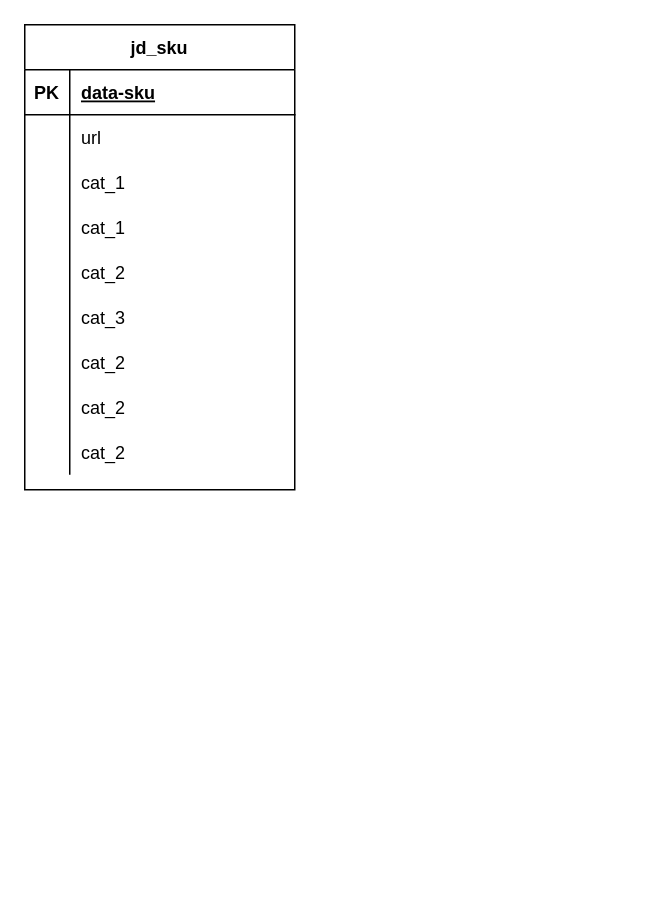
The draw.io diagram Untitled Diagram.drawio in honglvlan/EAD, before the edit. Source tidied: cells renumbered, new cells numbered last; positions are measured from the earlier drawing's top-left corner, leaving out a move shared by most shapes. Both pictures are drawn from the tidied source at 150%, with x=0, y=0 at pixel (24, 24).
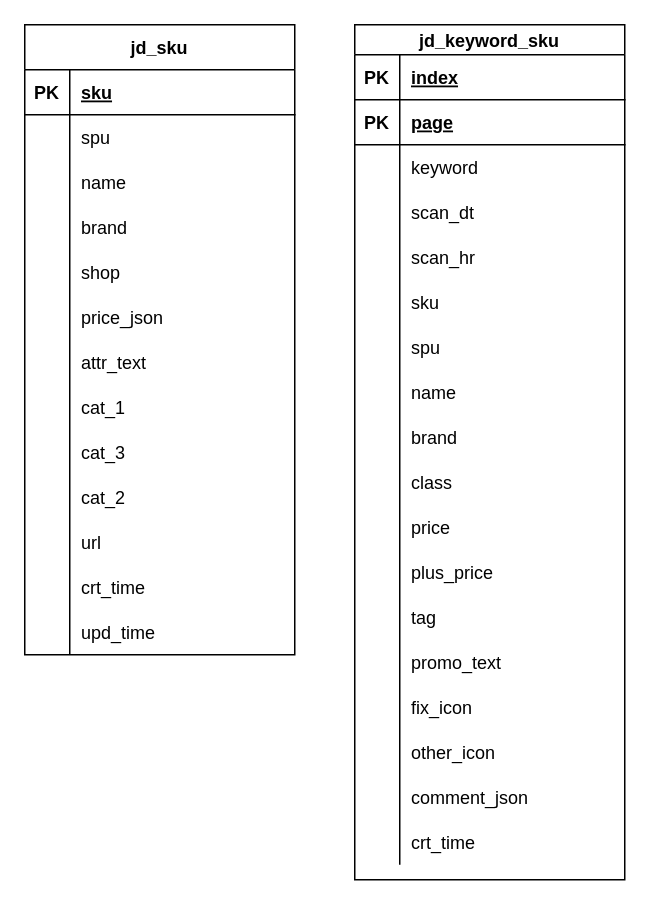
Above is the later version.

Unchanged cells that the change refers to:
```xml
<mxCell id="3" style="shape=partialRectangle;fillColor=none;top=0;left=0;bottom=1;right=0;" parent="2" vertex="1">
  <mxGeometry y="30" width="180" height="30" as="geometry" />
</mxCell>
```

Change to the diagram source:
```diff
@@
     <mxCell id="2" value="jd_sku" style="shape=table;startSize=30;childLayout=tableLayout;rowLines=0;fontStyle=1;align=center;" parent="1" vertex="1">
-      <mxGeometry width="180" height="310" as="geometry" />
+      <mxGeometry width="180" height="420" as="geometry" />
     </mxCell>
@@
-    <mxCell id="5" value="data-sku" style="shape=partialRectangle;fillColor=none;top=0;left=0;bottom=0;right=0;align=left;spacingLeft=6;fontStyle=5;overflow=hidden;" parent="3" vertex="1">
+    <mxCell id="5" value="sku" style="shape=partialRectangle;fillColor=none;top=0;left=0;bottom=0;right=0;align=left;spacingLeft=6;fontStyle=5;overflow=hidden;" parent="3" vertex="1">
       <mxGeometry x="30" width="150" height="30" as="geometry" />
     </mxCell>
-    <mxCell id="6" style="shape=partialRectangle;fillColor=none;top=0;left=0;bottom=0;right=0;" parent="2" vertex="1">
-      <mxGeometry y="60" width="180" height="30" as="geometry" />
-    </mxCell>
-    <mxCell id="7" style="shape=partialRectangle;fillColor=none;top=0;left=0;bottom=0;right=0;overflow=hidden;" parent="6" vertex="1">
-      <mxGeometry width="30" height="30" as="geometry" />
-    </mxCell>
-    <mxCell id="8" value="url" style="shape=partialRectangle;fillColor=none;top=0;left=0;bottom=0;right=0;align=left;spacingLeft=6;overflow=hidden;" parent="6" vertex="1">
-      <mxGeometry x="30" width="150" height="30" as="geometry" />
-    </mxCell>
     <mxCell id="9" style="shape=partialRectangle;fillColor=none;top=0;left=0;bottom=0;right=0;" parent="2" vertex="1">
-      <mxGeometry y="90" width="180" height="30" as="geometry" />
+      <mxGeometry y="60" width="180" height="30" as="geometry" />
     </mxCell>
@@
-    <mxCell id="11" value="cat_1" style="shape=partialRectangle;fillColor=none;top=0;left=0;bottom=0;right=0;align=left;spacingLeft=6;overflow=hidden;" parent="9" vertex="1">
+    <mxCell id="11" value="spu" style="shape=partialRectangle;fillColor=none;top=0;left=0;bottom=0;right=0;align=left;spacingLeft=6;overflow=hidden;" parent="9" vertex="1">
       <mxGeometry x="30" width="150" height="30" as="geometry" />
     </mxCell>
+    <mxCell id="24" style="shape=partialRectangle;fillColor=none;top=0;left=0;bottom=0;right=0;" parent="2" vertex="1">
+      <mxGeometry y="90" width="180" height="30" as="geometry" />
+    </mxCell>
+    <mxCell id="25" style="shape=partialRectangle;fillColor=none;top=0;left=0;bottom=0;right=0;overflow=hidden;" parent="24" vertex="1">
+      <mxGeometry width="30" height="30" as="geometry" />
+    </mxCell>
+    <mxCell id="26" value="name" style="shape=partialRectangle;fillColor=none;top=0;left=0;bottom=0;right=0;align=left;spacingLeft=6;overflow=hidden;" parent="24" vertex="1">
+      <mxGeometry x="30" width="150" height="30" as="geometry" />
+    </mxCell>
+    <mxCell id="21" style="shape=partialRectangle;fillColor=none;top=0;left=0;bottom=0;right=0;" parent="2" vertex="1">
+      <mxGeometry y="120" width="180" height="30" as="geometry" />
+    </mxCell>
+    <mxCell id="22" style="shape=partialRectangle;fillColor=none;top=0;left=0;bottom=0;right=0;overflow=hidden;" parent="21" vertex="1">
+      <mxGeometry width="30" height="30" as="geometry" />
+    </mxCell>
+    <mxCell id="23" value="brand" style="shape=partialRectangle;fillColor=none;top=0;left=0;bottom=0;right=0;align=left;spacingLeft=6;overflow=hidden;" parent="21" vertex="1">
+      <mxGeometry x="30" width="150" height="30" as="geometry" />
+    </mxCell>
+    <mxCell id="30" style="shape=partialRectangle;fillColor=none;top=0;left=0;bottom=0;right=0;" parent="2" vertex="1">
+      <mxGeometry y="150" width="180" height="30" as="geometry" />
+    </mxCell>
+    <mxCell id="31" style="shape=partialRectangle;fillColor=none;top=0;left=0;bottom=0;right=0;overflow=hidden;" parent="30" vertex="1">
+      <mxGeometry width="30" height="30" as="geometry" />
+    </mxCell>
+    <mxCell id="32" value="shop" style="shape=partialRectangle;fillColor=none;top=0;left=0;bottom=0;right=0;align=left;spacingLeft=6;overflow=hidden;" parent="30" vertex="1">
+      <mxGeometry x="30" width="150" height="30" as="geometry" />
+    </mxCell>
     <mxCell id="12" style="shape=partialRectangle;fillColor=none;top=0;left=0;bottom=0;right=0;" parent="2" vertex="1">
-      <mxGeometry y="120" width="180" height="30" as="geometry" />
+      <mxGeometry y="180" width="180" height="30" as="geometry" />
     </mxCell>
@@
-    <mxCell id="14" value="cat_1" style="shape=partialRectangle;fillColor=none;top=0;left=0;bottom=0;right=0;align=left;spacingLeft=6;overflow=hidden;" parent="12" vertex="1">
+    <mxCell id="14" value="price_json" style="shape=partialRectangle;fillColor=none;top=0;left=0;bottom=0;right=0;align=left;spacingLeft=6;overflow=hidden;" parent="12" vertex="1">
       <mxGeometry x="30" width="150" height="30" as="geometry" />
     </mxCell>
+    <mxCell id="33" style="shape=partialRectangle;fillColor=none;top=0;left=0;bottom=0;right=0;" parent="2" vertex="1">
+      <mxGeometry y="210" width="180" height="30" as="geometry" />
+    </mxCell>
+    <mxCell id="34" style="shape=partialRectangle;fillColor=none;top=0;left=0;bottom=0;right=0;overflow=hidden;" parent="33" vertex="1">
+      <mxGeometry width="30" height="30" as="geometry" />
+    </mxCell>
+    <mxCell id="35" value="attr_text" style="shape=partialRectangle;fillColor=none;top=0;left=0;bottom=0;right=0;align=left;spacingLeft=6;overflow=hidden;" parent="33" vertex="1">
+      <mxGeometry x="30" width="150" height="30" as="geometry" />
+    </mxCell>
     <mxCell id="15" style="shape=partialRectangle;fillColor=none;top=0;left=0;bottom=0;right=0;" parent="2" vertex="1">
-      <mxGeometry y="150" width="180" height="30" as="geometry" />
+      <mxGeometry y="240" width="180" height="30" as="geometry" />
     </mxCell>
@@
-    <mxCell id="17" value="cat_2" style="shape=partialRectangle;fillColor=none;top=0;left=0;bottom=0;right=0;align=left;spacingLeft=6;overflow=hidden;" parent="15" vertex="1">
+    <mxCell id="17" value="cat_1" style="shape=partialRectangle;fillColor=none;top=0;left=0;bottom=0;right=0;align=left;spacingLeft=6;overflow=hidden;" parent="15" vertex="1">
       <mxGeometry x="30" width="150" height="30" as="geometry" />
     </mxCell>
     <mxCell id="18" style="shape=partialRectangle;fillColor=none;top=0;left=0;bottom=0;right=0;" parent="2" vertex="1">
-      <mxGeometry y="180" width="180" height="30" as="geometry" />
+      <mxGeometry y="270" width="180" height="30" as="geometry" />
     </mxCell>
@@
-    <mxCell id="21" style="shape=partialRectangle;fillColor=none;top=0;left=0;bottom=0;right=0;" parent="2" vertex="1">
-      <mxGeometry y="210" width="180" height="30" as="geometry" />
-    </mxCell>
-    <mxCell id="22" style="shape=partialRectangle;fillColor=none;top=0;left=0;bottom=0;right=0;overflow=hidden;" parent="21" vertex="1">
-      <mxGeometry width="30" height="30" as="geometry" />
-    </mxCell>
-    <mxCell id="23" value="cat_2" style="shape=partialRectangle;fillColor=none;top=0;left=0;bottom=0;right=0;align=left;spacingLeft=6;overflow=hidden;" parent="21" vertex="1">
-      <mxGeometry x="30" width="150" height="30" as="geometry" />
-    </mxCell>
-    <mxCell id="24" style="shape=partialRectangle;fillColor=none;top=0;left=0;bottom=0;right=0;" parent="2" vertex="1">
-      <mxGeometry y="240" width="180" height="30" as="geometry" />
-    </mxCell>
-    <mxCell id="25" style="shape=partialRectangle;fillColor=none;top=0;left=0;bottom=0;right=0;overflow=hidden;" parent="24" vertex="1">
-      <mxGeometry width="30" height="30" as="geometry" />
-    </mxCell>
-    <mxCell id="26" value="cat_2" style="shape=partialRectangle;fillColor=none;top=0;left=0;bottom=0;right=0;align=left;spacingLeft=6;overflow=hidden;" parent="24" vertex="1">
-      <mxGeometry x="30" width="150" height="30" as="geometry" />
-    </mxCell>
     <mxCell id="27" style="shape=partialRectangle;fillColor=none;top=0;left=0;bottom=0;right=0;" parent="2" vertex="1">
-      <mxGeometry y="270" width="180" height="30" as="geometry" />
+      <mxGeometry y="300" width="180" height="30" as="geometry" />
     </mxCell>
@@
+    <mxCell id="6" style="shape=partialRectangle;fillColor=none;top=0;left=0;bottom=0;right=0;" parent="2" vertex="1">
+      <mxGeometry y="330" width="180" height="30" as="geometry" />
+    </mxCell>
+    <mxCell id="7" style="shape=partialRectangle;fillColor=none;top=0;left=0;bottom=0;right=0;overflow=hidden;" parent="6" vertex="1">
+      <mxGeometry width="30" height="30" as="geometry" />
+    </mxCell>
+    <mxCell id="8" value="url" style="shape=partialRectangle;fillColor=none;top=0;left=0;bottom=0;right=0;align=left;spacingLeft=6;overflow=hidden;" parent="6" vertex="1">
+      <mxGeometry x="30" width="150" height="30" as="geometry" />
+    </mxCell>
+    <mxCell id="36" style="shape=partialRectangle;fillColor=none;top=0;left=0;bottom=0;right=0;" parent="2" vertex="1">
+      <mxGeometry y="360" width="180" height="30" as="geometry" />
+    </mxCell>
+    <mxCell id="37" style="shape=partialRectangle;fillColor=none;top=0;left=0;bottom=0;right=0;overflow=hidden;" parent="36" vertex="1">
+      <mxGeometry width="30" height="30" as="geometry" />
+    </mxCell>
+    <mxCell id="38" value="crt_time" style="shape=partialRectangle;fillColor=none;top=0;left=0;bottom=0;right=0;align=left;spacingLeft=6;overflow=hidden;" parent="36" vertex="1">
+      <mxGeometry x="30" width="150" height="30" as="geometry" />
+    </mxCell>
+    <mxCell id="39" style="shape=partialRectangle;fillColor=none;top=0;left=0;bottom=0;right=0;" parent="2" vertex="1">
+      <mxGeometry y="390" width="180" height="30" as="geometry" />
+    </mxCell>
+    <mxCell id="40" style="shape=partialRectangle;fillColor=none;top=0;left=0;bottom=0;right=0;overflow=hidden;" parent="39" vertex="1">
+      <mxGeometry width="30" height="30" as="geometry" />
+    </mxCell>
+    <mxCell id="41" value="upd_time" style="shape=partialRectangle;fillColor=none;top=0;left=0;bottom=0;right=0;align=left;spacingLeft=6;overflow=hidden;" parent="39" vertex="1">
+      <mxGeometry x="30" width="150" height="30" as="geometry" />
+    </mxCell>
+    <mxCell id="42" value="jd_keyword_sku" style="shape=table;startSize=20;childLayout=tableLayout;rowLines=0;fontStyle=1;align=center;" parent="1" vertex="1">
+      <mxGeometry x="220" width="180" height="570" as="geometry" />
+    </mxCell>
+    <mxCell id="43" style="shape=partialRectangle;fillColor=none;top=0;left=0;bottom=1;right=0;" parent="42" vertex="1">
+      <mxGeometry y="20" width="180" height="30" as="geometry" />
+    </mxCell>
+    <mxCell id="44" value="PK" style="shape=partialRectangle;fillColor=none;top=0;left=0;bottom=0;right=0;fontStyle=1;overflow=hidden;" parent="43" vertex="1">
+      <mxGeometry width="30" height="30" as="geometry" />
+    </mxCell>
+    <mxCell id="45" value="index" style="shape=partialRectangle;fillColor=none;top=0;left=0;bottom=0;right=0;align=left;spacingLeft=6;fontStyle=5;overflow=hidden;" parent="43" vertex="1">
+      <mxGeometry x="30" width="150" height="30" as="geometry" />
+    </mxCell>
+    <mxCell id="46" style="shape=partialRectangle;fillColor=none;top=0;left=0;bottom=1;right=0;" parent="42" vertex="1">
+      <mxGeometry y="50" width="180" height="30" as="geometry" />
+    </mxCell>
+    <mxCell id="47" value="PK" style="shape=partialRectangle;fillColor=none;top=0;left=0;bottom=0;right=0;fontStyle=1;overflow=hidden;" parent="46" vertex="1">
+      <mxGeometry width="30" height="30" as="geometry" />
+    </mxCell>
+    <mxCell id="48" value="page" style="shape=partialRectangle;fillColor=none;top=0;left=0;bottom=0;right=0;align=left;spacingLeft=6;fontStyle=5;overflow=hidden;" parent="46" vertex="1">
+      <mxGeometry x="30" width="150" height="30" as="geometry" />
+    </mxCell>
+    <mxCell id="49" style="shape=partialRectangle;fillColor=none;top=0;left=0;bottom=0;right=0;" parent="42" vertex="1">
+      <mxGeometry y="80" width="180" height="30" as="geometry" />
+    </mxCell>
+    <mxCell id="50" style="shape=partialRectangle;fillColor=none;top=0;left=0;bottom=0;right=0;overflow=hidden;" parent="49" vertex="1">
+      <mxGeometry width="30" height="30" as="geometry" />
+    </mxCell>
+    <mxCell id="51" value="keyword" style="shape=partialRectangle;fillColor=none;top=0;left=0;bottom=0;right=0;align=left;spacingLeft=6;overflow=hidden;" parent="49" vertex="1">
+      <mxGeometry x="30" width="150" height="30" as="geometry" />
+    </mxCell>
+    <mxCell id="52" style="shape=partialRectangle;fillColor=none;top=0;left=0;bottom=0;right=0;" parent="42" vertex="1">
+      <mxGeometry y="110" width="180" height="30" as="geometry" />
+    </mxCell>
+    <mxCell id="53" style="shape=partialRectangle;fillColor=none;top=0;left=0;bottom=0;right=0;overflow=hidden;" parent="52" vertex="1">
+      <mxGeometry width="30" height="30" as="geometry" />
+    </mxCell>
+    <mxCell id="54" value="scan_dt" style="shape=partialRectangle;fillColor=none;top=0;left=0;bottom=0;right=0;align=left;spacingLeft=6;overflow=hidden;" parent="52" vertex="1">
+      <mxGeometry x="30" width="150" height="30" as="geometry" />
+    </mxCell>
+    <mxCell id="55" style="shape=partialRectangle;fillColor=none;top=0;left=0;bottom=0;right=0;" parent="42" vertex="1">
+      <mxGeometry y="140" width="180" height="30" as="geometry" />
+    </mxCell>
+    <mxCell id="56" style="shape=partialRectangle;fillColor=none;top=0;left=0;bottom=0;right=0;overflow=hidden;" parent="55" vertex="1">
+      <mxGeometry width="30" height="30" as="geometry" />
+    </mxCell>
+    <mxCell id="57" value="scan_hr" style="shape=partialRectangle;fillColor=none;top=0;left=0;bottom=0;right=0;align=left;spacingLeft=6;overflow=hidden;" parent="55" vertex="1">
+      <mxGeometry x="30" width="150" height="30" as="geometry" />
+    </mxCell>
+    <mxCell id="58" style="shape=partialRectangle;fillColor=none;top=0;left=0;bottom=0;right=0;" parent="42" vertex="1">
+      <mxGeometry y="170" width="180" height="30" as="geometry" />
+    </mxCell>
+    <mxCell id="59" style="shape=partialRectangle;fillColor=none;top=0;left=0;bottom=0;right=0;overflow=hidden;" parent="58" vertex="1">
+      <mxGeometry width="30" height="30" as="geometry" />
+    </mxCell>
+    <mxCell id="60" value="sku" style="shape=partialRectangle;fillColor=none;top=0;left=0;bottom=0;right=0;align=left;spacingLeft=6;overflow=hidden;" parent="58" vertex="1">
+      <mxGeometry x="30" width="150" height="30" as="geometry" />
+    </mxCell>
+    <mxCell id="61" style="shape=partialRectangle;fillColor=none;top=0;left=0;bottom=0;right=0;" parent="42" vertex="1">
+      <mxGeometry y="200" width="180" height="30" as="geometry" />
+    </mxCell>
+    <mxCell id="62" style="shape=partialRectangle;fillColor=none;top=0;left=0;bottom=0;right=0;overflow=hidden;" parent="61" vertex="1">
+      <mxGeometry width="30" height="30" as="geometry" />
+    </mxCell>
+    <mxCell id="63" value="spu" style="shape=partialRectangle;fillColor=none;top=0;left=0;bottom=0;right=0;align=left;spacingLeft=6;overflow=hidden;" parent="61" vertex="1">
+      <mxGeometry x="30" width="150" height="30" as="geometry" />
+    </mxCell>
+    <mxCell id="64" style="shape=partialRectangle;fillColor=none;top=0;left=0;bottom=0;right=0;" parent="42" vertex="1">
+      <mxGeometry y="230" width="180" height="30" as="geometry" />
+    </mxCell>
+    <mxCell id="65" style="shape=partialRectangle;fillColor=none;top=0;left=0;bottom=0;right=0;overflow=hidden;" parent="64" vertex="1">
+      <mxGeometry width="30" height="30" as="geometry" />
+    </mxCell>
+    <mxCell id="66" value="name" style="shape=partialRectangle;fillColor=none;top=0;left=0;bottom=0;right=0;align=left;spacingLeft=6;overflow=hidden;" parent="64" vertex="1">
+      <mxGeometry x="30" width="150" height="30" as="geometry" />
+    </mxCell>
+    <mxCell id="67" style="shape=partialRectangle;fillColor=none;top=0;left=0;bottom=0;right=0;" parent="42" vertex="1">
+      <mxGeometry y="260" width="180" height="30" as="geometry" />
+    </mxCell>
+    <mxCell id="68" style="shape=partialRectangle;fillColor=none;top=0;left=0;bottom=0;right=0;overflow=hidden;" parent="67" vertex="1">
+      <mxGeometry width="30" height="30" as="geometry" />
+    </mxCell>
+    <mxCell id="69" value="brand" style="shape=partialRectangle;fillColor=none;top=0;left=0;bottom=0;right=0;align=left;spacingLeft=6;overflow=hidden;" parent="67" vertex="1">
+      <mxGeometry x="30" width="150" height="30" as="geometry" />
+    </mxCell>
+    <mxCell id="70" style="shape=partialRectangle;fillColor=none;top=0;left=0;bottom=0;right=0;" parent="42" vertex="1">
+      <mxGeometry y="290" width="180" height="30" as="geometry" />
+    </mxCell>
+    <mxCell id="71" style="shape=partialRectangle;fillColor=none;top=0;left=0;bottom=0;right=0;overflow=hidden;" parent="70" vertex="1">
+      <mxGeometry width="30" height="30" as="geometry" />
+    </mxCell>
+    <mxCell id="72" value="class" style="shape=partialRectangle;fillColor=none;top=0;left=0;bottom=0;right=0;align=left;spacingLeft=6;overflow=hidden;" parent="70" vertex="1">
+      <mxGeometry x="30" width="150" height="30" as="geometry" />
+    </mxCell>
+    <mxCell id="73" style="shape=partialRectangle;fillColor=none;top=0;left=0;bottom=0;right=0;" parent="42" vertex="1">
+      <mxGeometry y="320" width="180" height="30" as="geometry" />
+    </mxCell>
+    <mxCell id="74" style="shape=partialRectangle;fillColor=none;top=0;left=0;bottom=0;right=0;overflow=hidden;" parent="73" vertex="1">
+      <mxGeometry width="30" height="30" as="geometry" />
+    </mxCell>
+    <mxCell id="75" value="price" style="shape=partialRectangle;fillColor=none;top=0;left=0;bottom=0;right=0;align=left;spacingLeft=6;overflow=hidden;" parent="73" vertex="1">
+      <mxGeometry x="30" width="150" height="30" as="geometry" />
+    </mxCell>
+    <mxCell id="76" style="shape=partialRectangle;fillColor=none;top=0;left=0;bottom=0;right=0;" parent="42" vertex="1">
+      <mxGeometry y="350" width="180" height="30" as="geometry" />
+    </mxCell>
+    <mxCell id="77" style="shape=partialRectangle;fillColor=none;top=0;left=0;bottom=0;right=0;overflow=hidden;" parent="76" vertex="1">
+      <mxGeometry width="30" height="30" as="geometry" />
+    </mxCell>
+    <mxCell id="78" value="plus_price" style="shape=partialRectangle;fillColor=none;top=0;left=0;bottom=0;right=0;align=left;spacingLeft=6;overflow=hidden;" parent="76" vertex="1">
+      <mxGeometry x="30" width="150" height="30" as="geometry" />
+    </mxCell>
+    <mxCell id="79" style="shape=partialRectangle;fillColor=none;top=0;left=0;bottom=0;right=0;" parent="42" vertex="1">
+      <mxGeometry y="380" width="180" height="30" as="geometry" />
+    </mxCell>
+    <mxCell id="80" style="shape=partialRectangle;fillColor=none;top=0;left=0;bottom=0;right=0;overflow=hidden;" parent="79" vertex="1">
+      <mxGeometry width="30" height="30" as="geometry" />
+    </mxCell>
+    <mxCell id="81" value="tag" style="shape=partialRectangle;fillColor=none;top=0;left=0;bottom=0;right=0;align=left;spacingLeft=6;overflow=hidden;" parent="79" vertex="1">
+      <mxGeometry x="30" width="150" height="30" as="geometry" />
+    </mxCell>
+    <mxCell id="82" style="shape=partialRectangle;fillColor=none;top=0;left=0;bottom=0;right=0;" parent="42" vertex="1">
+      <mxGeometry y="410" width="180" height="30" as="geometry" />
+    </mxCell>
+    <mxCell id="83" style="shape=partialRectangle;fillColor=none;top=0;left=0;bottom=0;right=0;overflow=hidden;" parent="82" vertex="1">
+      <mxGeometry width="30" height="30" as="geometry" />
+    </mxCell>
+    <mxCell id="84" value="promo_text" style="shape=partialRectangle;fillColor=none;top=0;left=0;bottom=0;right=0;align=left;spacingLeft=6;overflow=hidden;" parent="82" vertex="1">
+      <mxGeometry x="30" width="150" height="30" as="geometry" />
+    </mxCell>
+    <mxCell id="85" style="shape=partialRectangle;fillColor=none;top=0;left=0;bottom=0;right=0;" parent="42" vertex="1">
+      <mxGeometry y="440" width="180" height="30" as="geometry" />
+    </mxCell>
+    <mxCell id="86" style="shape=partialRectangle;fillColor=none;top=0;left=0;bottom=0;right=0;overflow=hidden;" parent="85" vertex="1">
+      <mxGeometry width="30" height="30" as="geometry" />
+    </mxCell>
+    <mxCell id="87" value="fix_icon" style="shape=partialRectangle;fillColor=none;top=0;left=0;bottom=0;right=0;align=left;spacingLeft=6;overflow=hidden;" parent="85" vertex="1">
+      <mxGeometry x="30" width="150" height="30" as="geometry" />
+    </mxCell>
+    <mxCell id="88" style="shape=partialRectangle;fillColor=none;top=0;left=0;bottom=0;right=0;" parent="42" vertex="1">
+      <mxGeometry y="470" width="180" height="30" as="geometry" />
+    </mxCell>
+    <mxCell id="89" style="shape=partialRectangle;fillColor=none;top=0;left=0;bottom=0;right=0;overflow=hidden;" parent="88" vertex="1">
+      <mxGeometry width="30" height="30" as="geometry" />
+    </mxCell>
+    <mxCell id="90" value="other_icon" style="shape=partialRectangle;fillColor=none;top=0;left=0;bottom=0;right=0;align=left;spacingLeft=6;overflow=hidden;" parent="88" vertex="1">
+      <mxGeometry x="30" width="150" height="30" as="geometry" />
+    </mxCell>
+    <mxCell id="91" style="shape=partialRectangle;fillColor=none;top=0;left=0;bottom=0;right=0;" parent="42" vertex="1">
+      <mxGeometry y="500" width="180" height="30" as="geometry" />
+    </mxCell>
+    <mxCell id="92" style="shape=partialRectangle;fillColor=none;top=0;left=0;bottom=0;right=0;overflow=hidden;" parent="91" vertex="1">
+      <mxGeometry width="30" height="30" as="geometry" />
+    </mxCell>
+    <mxCell id="93" value="comment_json" style="shape=partialRectangle;fillColor=none;top=0;left=0;bottom=0;right=0;align=left;spacingLeft=6;overflow=hidden;" parent="91" vertex="1">
+      <mxGeometry x="30" width="150" height="30" as="geometry" />
+    </mxCell>
+    <mxCell id="94" style="shape=partialRectangle;fillColor=none;top=0;left=0;bottom=0;right=0;" parent="42" vertex="1">
+      <mxGeometry y="530" width="180" height="30" as="geometry" />
+    </mxCell>
+    <mxCell id="95" style="shape=partialRectangle;fillColor=none;top=0;left=0;bottom=0;right=0;overflow=hidden;" parent="94" vertex="1">
+      <mxGeometry width="30" height="30" as="geometry" />
+    </mxCell>
+    <mxCell id="96" value="crt_time" style="shape=partialRectangle;fillColor=none;top=0;left=0;bottom=0;right=0;align=left;spacingLeft=6;overflow=hidden;" parent="94" vertex="1">
+      <mxGeometry x="30" width="150" height="30" as="geometry" />
+    </mxCell>
```
